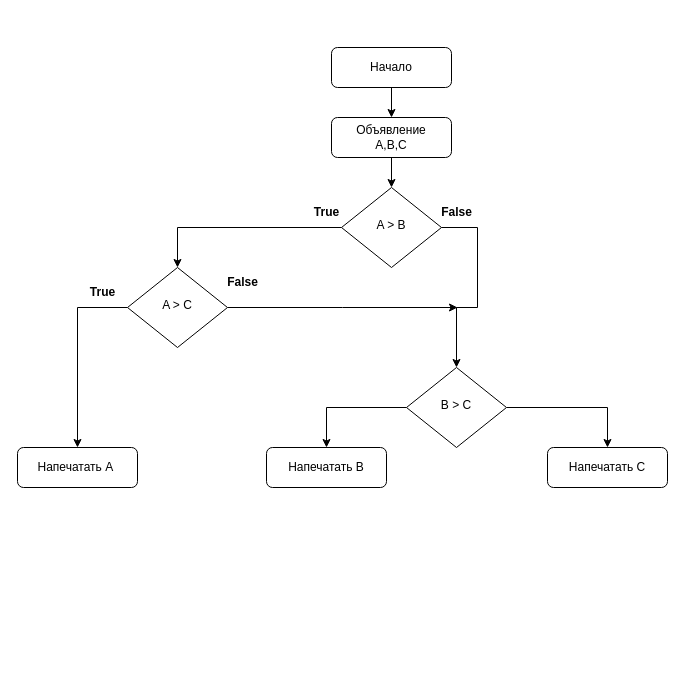
Earlier version of the draw.io diagram Максимальное из трех чисел.drawio (RadmirSalikhov/job4j_elementary). Source tidied: cells renumbered, new cells numbered last; positions are measured from the earlier drawing's top-left corner, leaving out a move shared by most shapes. Both pictures are drawn from the tidied source at 100%, with x=0, y=0 at pixel (17, 47).
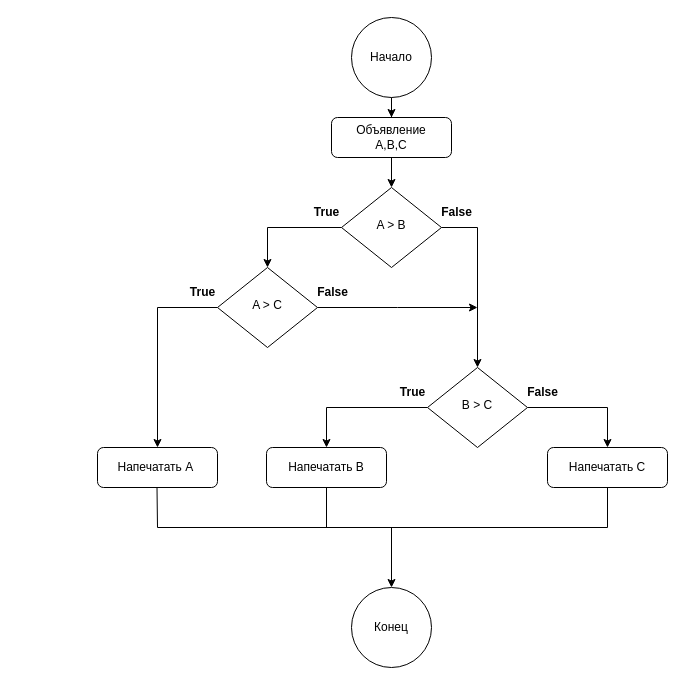
Above is the later version.

The change refers to these unchanged cells:
```xml
<mxCell id="6" value="Напечатать В" style="rounded=1;whiteSpace=wrap;html=1;fontSize=12;glass=0;strokeWidth=1;shadow=0;" parent="1" vertex="1">
  <mxGeometry x="249" y="400" width="120" height="40" as="geometry" />
</mxCell>
<mxCell id="8" value="Объявление&lt;br&gt;А,В,С" style="rounded=1;whiteSpace=wrap;html=1;fontSize=12;glass=0;strokeWidth=1;shadow=0;" parent="1" vertex="1">
  <mxGeometry x="314" y="70" width="120" height="40" as="geometry" />
</mxCell>
<mxCell id="21" value="Напечатать C" style="rounded=1;whiteSpace=wrap;html=1;fontSize=12;glass=0;strokeWidth=1;shadow=0;" parent="1" vertex="1">
  <mxGeometry x="530" y="400" width="120" height="40" as="geometry" />
</mxCell>
```

Diff of the diagram source:
```diff
@@
-    <mxCell id="2" style="edgeStyle=orthogonalEdgeStyle;rounded=0;jettySize=auto;html=1;" parent="1" edge="1" source="3" target="8">
-      <mxGeometry relative="1" as="geometry" />
-    </mxCell>
-    <mxCell id="3" value="Начало" style="rounded=1;whiteSpace=wrap;html=1;fontSize=12;glass=0;strokeWidth=1;shadow=0;" parent="1" vertex="1">
-      <mxGeometry x="314" width="120" height="40" as="geometry" />
-    </mxCell>
@@
     <mxCell id="5" value="Напечатать А&amp;nbsp;" style="rounded=1;whiteSpace=wrap;html=1;fontSize=12;glass=0;strokeWidth=1;shadow=0;" parent="1" vertex="1">
-      <mxGeometry y="400" width="120" height="40" as="geometry" />
+      <mxGeometry x="80" y="400" width="120" height="40" as="geometry" />
     </mxCell>
@@
     <mxCell id="9" style="edgeStyle=orthogonalEdgeStyle;rounded=0;jettySize=auto;html=1;entryX=0.5;entryY=0;entryDx=0;entryDy=0;" parent="1" edge="1" target="18">
       <mxGeometry relative="1" as="geometry">
         <mxPoint x="424" y="180" as="sourcePoint" />
         <Array as="points">
           <mxPoint x="460" y="180" />
-          <mxPoint x="460" y="260" />
-          <mxPoint x="439" y="260" />
         </Array>
       </mxGeometry>
     </mxCell>
     <mxCell id="10" style="edgeStyle=orthogonalEdgeStyle;rounded=0;jettySize=auto;html=1;entryX=0.5;entryY=0;entryDx=0;entryDy=0;" parent="1" edge="1" target="15">
       <mxGeometry relative="1" as="geometry">
         <mxPoint x="324" y="180" as="sourcePoint" />
         <Array as="points">
-          <mxPoint x="160" y="180" />
+          <mxPoint x="250" y="180" />
         </Array>
       </mxGeometry>
     </mxCell>
@@
     <mxCell id="13" style="edgeStyle=orthogonalEdgeStyle;rounded=0;jettySize=auto;html=1;entryX=0.5;entryY=0;entryDx=0;entryDy=0;exitX=0;exitY=0.5;exitDx=0;exitDy=0;" parent="1" edge="1" source="15" target="5">
       <mxGeometry relative="1" as="geometry">
         <Array as="points">
-          <mxPoint x="60" y="260" />
+          <mxPoint x="140" y="260" />
         </Array>
       </mxGeometry>
     </mxCell>
     <mxCell id="14" style="edgeStyle=orthogonalEdgeStyle;rounded=0;jettySize=auto;html=1;" parent="1" edge="1" source="15">
       <mxGeometry relative="1" as="geometry">
-        <mxPoint x="440" y="260" as="targetPoint" />
+        <mxPoint x="460" y="260" as="targetPoint" />
       </mxGeometry>
     </mxCell>
     <mxCell id="15" value="A &amp;gt; С" style="rhombus;whiteSpace=wrap;html=1;shadow=0;fontFamily=Helvetica;fontSize=12;align=center;strokeWidth=1;spacing=6;spacingTop=-4;" parent="1" vertex="1">
-      <mxGeometry x="110" y="220" width="100" height="80" as="geometry" />
+      <mxGeometry x="200" y="220" width="100" height="80" as="geometry" />
     </mxCell>
@@
     <mxCell id="18" value="В &amp;gt; C" style="rhombus;whiteSpace=wrap;html=1;shadow=0;fontFamily=Helvetica;fontSize=12;align=center;strokeWidth=1;spacing=6;spacingTop=-4;" parent="1" vertex="1">
-      <mxGeometry x="389" y="320" width="100" height="80" as="geometry" />
+      <mxGeometry x="410" y="320" width="100" height="80" as="geometry" />
     </mxCell>
-    <mxCell id="19" value="&lt;b&gt;False&lt;/b&gt;" style="text;html=1;align=center;verticalAlign=middle;strokeColor=none;fillColor=none;" parent="1" vertex="1">
-      <mxGeometry x="200" y="220" width="50" height="30" as="geometry" />
-    </mxCell>
-    <mxCell id="20" value="&lt;b&gt;True&lt;/b&gt;" style="text;html=1;align=center;verticalAlign=middle;strokeColor=none;fillColor=none;" parent="1" vertex="1">
-      <mxGeometry x="60" y="230" width="50" height="30" as="geometry" />
-    </mxCell>
@@
+    <mxCell id="22" value="&lt;b&gt;False&lt;/b&gt;" style="text;html=1;align=center;verticalAlign=middle;strokeColor=none;fillColor=none;" parent="1" vertex="1">
+      <mxGeometry x="500" y="330" width="50" height="30" as="geometry" />
+    </mxCell>
+    <mxCell id="23" value="&lt;b&gt;True&lt;/b&gt;" style="text;html=1;align=center;verticalAlign=middle;strokeColor=none;fillColor=none;" parent="1" vertex="1">
+      <mxGeometry x="370" y="330" width="50" height="30" as="geometry" />
+    </mxCell>
+    <mxCell id="24" value="&lt;b&gt;False&lt;/b&gt;" style="text;html=1;align=center;verticalAlign=middle;strokeColor=none;fillColor=none;" parent="1" vertex="1">
+      <mxGeometry x="290" y="230" width="50" height="30" as="geometry" />
+    </mxCell>
+    <mxCell id="25" value="&lt;b&gt;True&lt;/b&gt;" style="text;html=1;align=center;verticalAlign=middle;strokeColor=none;fillColor=none;" parent="1" vertex="1">
+      <mxGeometry x="160" y="230" width="50" height="30" as="geometry" />
+    </mxCell>
+    <mxCell id="2" style="edgeStyle=orthogonalEdgeStyle;rounded=0;jettySize=auto;html=1;" parent="1" edge="1" source="3" target="8">
+      <mxGeometry relative="1" as="geometry" />
+    </mxCell>
+    <mxCell id="3" value="Начало" style="ellipse;whiteSpace=wrap;html=1;" parent="1" vertex="1">
+      <mxGeometry x="334" y="-30" width="80" height="80" as="geometry" />
+    </mxCell>
+    <mxCell id="26" value="Конец" style="ellipse;whiteSpace=wrap;html=1;" parent="1" vertex="1">
+      <mxGeometry x="334" y="540" width="80" height="80" as="geometry" />
+    </mxCell>
+    <mxCell id="27" style="endArrow=none;html=1;rounded=0;" parent="1" edge="1">
+      <mxGeometry relative="1" as="geometry">
+        <mxPoint x="140" y="480" as="sourcePoint" />
+        <mxPoint x="590" y="480" as="targetPoint" />
+      </mxGeometry>
+    </mxCell>
+    <mxCell id="28" style="endArrow=classic;html=1;rounded=0;entryX=0.5;entryY=0;entryDx=0;entryDy=0;" parent="1" edge="1" target="26">
+      <mxGeometry relative="1" as="geometry">
+        <mxPoint x="374" y="480" as="sourcePoint" />
+      </mxGeometry>
+    </mxCell>
+    <mxCell id="29" style="endArrow=none;html=1;rounded=0;exitX=0.5;exitY=1;exitDx=0;exitDy=0;" parent="1" edge="1" source="21">
+      <mxGeometry relative="1" as="geometry">
+        <mxPoint x="590" y="480" as="targetPoint" />
+      </mxGeometry>
+    </mxCell>
+    <mxCell id="30" style="endArrow=none;html=1;rounded=0;exitX=0.5;exitY=1;exitDx=0;exitDy=0;" parent="1" edge="1" source="6">
+      <mxGeometry relative="1" as="geometry">
+        <mxPoint x="309" y="480" as="targetPoint" />
+      </mxGeometry>
+    </mxCell>
+    <mxCell id="31" style="endArrow=none;html=1;rounded=0;exitX=0.5;exitY=1;exitDx=0;exitDy=0;" parent="1" edge="1">
+      <mxGeometry relative="1" as="geometry">
+        <mxPoint x="139.5" y="440" as="sourcePoint" />
+        <mxPoint x="140" y="480" as="targetPoint" />
+      </mxGeometry>
+    </mxCell>
```
